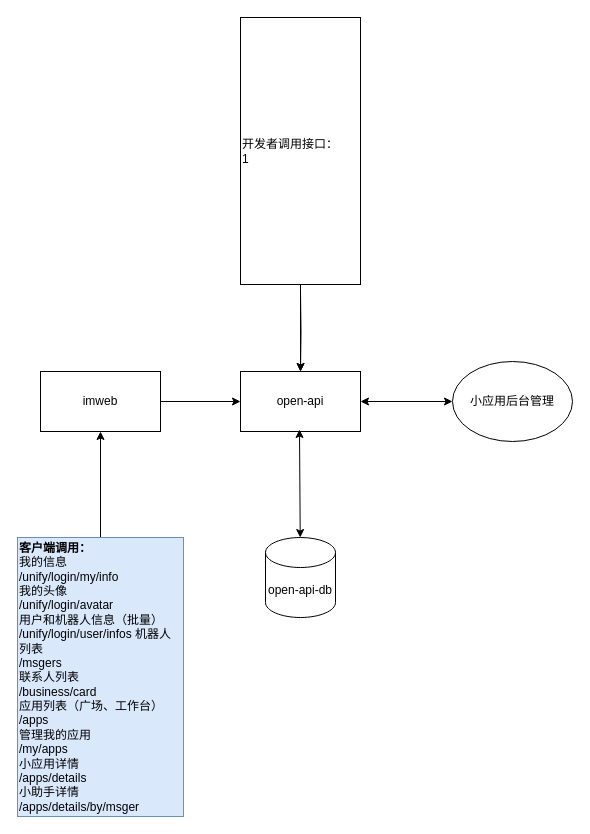
Before: Untitled Diagram.drawio in panhf/tu, a draw.io diagram. Source tidied: cells renumbered, new cells numbered last; positions are measured from the earlier drawing's top-left corner, leaving out a move shared by most shapes. Both pictures are drawn from the tidied source at 100%, with x=0, y=0 at pixel (17, 17).
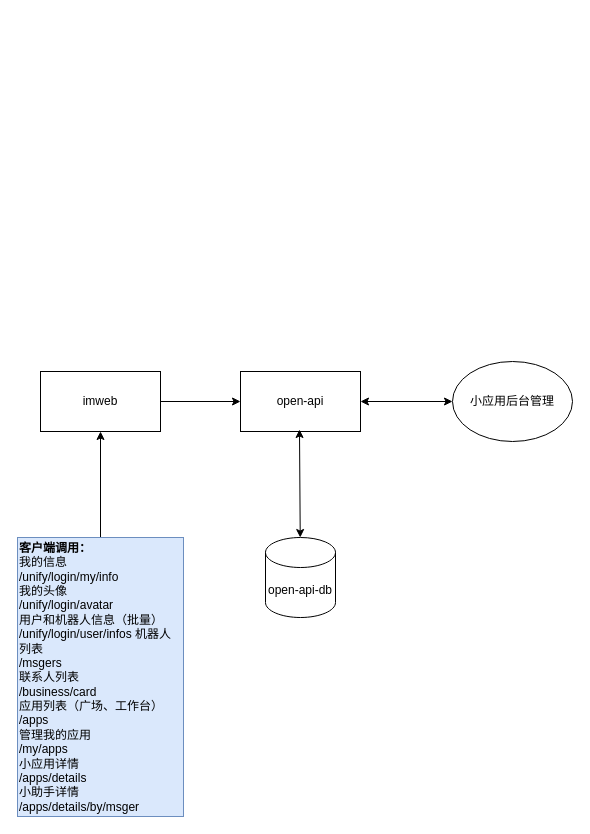
The same diagram, later.

The edit, as a diff of the source:
```diff
@@
 <mxGraphModel>
   <root>
     <mxCell id="0" />
     <mxCell id="1" parent="0" />
     <mxCell id="2" style="edgeStyle=orthogonalEdgeStyle;rounded=0;jettySize=auto;html=1;" parent="1" edge="1" source="3" target="6">
       <mxGeometry relative="1" as="geometry" />
     </mxCell>
     <mxCell id="3" value="imweb" style="rounded=0;whiteSpace=wrap;html=1;" parent="1" vertex="1">
       <mxGeometry x="23" y="354" width="120" height="60" as="geometry" />
     </mxCell>
     <mxCell id="4" style="edgeStyle=orthogonalEdgeStyle;rounded=0;jettySize=auto;html=1;" parent="1" edge="1" source="5" target="3">
       <mxGeometry relative="1" as="geometry" />
     </mxCell>
     <mxCell id="5" value="&lt;b&gt;客户端调用：&lt;/b&gt;&lt;br&gt;&lt;div&gt;&lt;div&gt;我的信息&lt;/div&gt;&lt;div&gt;/unify/login/my/info&lt;/div&gt;&lt;div&gt;我的头像&lt;/div&gt;&lt;div&gt;/unify/login/avatar&lt;/div&gt;&lt;div&gt;用户和机器人信息（批量）&lt;/div&gt;&lt;div&gt;/unify/login/user/infos 机器人列表&lt;/div&gt;&lt;div&gt;/msgers&lt;/div&gt;&lt;div&gt;联系人列表&lt;/div&gt;&lt;div&gt;/business/card&lt;/div&gt;&lt;div&gt;应用列表（广场、工作台）&lt;/div&gt;&lt;div&gt;/apps&lt;/div&gt;&lt;div&gt;管理我的应用&lt;/div&gt;&lt;div&gt;/my/apps&lt;/div&gt;&lt;div&gt;小应用详情&lt;/div&gt;&lt;div&gt;/apps/details&lt;/div&gt;&lt;div&gt;小助手详情&lt;/div&gt;&lt;div&gt;/apps/details/by/msger&lt;/div&gt;&lt;/div&gt;" style="rounded=0;whiteSpace=wrap;html=1;align=left;fillColor=#dae8fc;strokeColor=#6c8ebf;" parent="1" vertex="1">
       <mxGeometry y="520" width="166" height="279" as="geometry" />
     </mxCell>
     <mxCell id="6" value="open-api" style="rounded=0;whiteSpace=wrap;html=1;" parent="1" vertex="1">
       <mxGeometry x="223" y="354" width="120" height="60" as="geometry" />
     </mxCell>
     <mxCell id="7" value="open-api-db" style="shape=cylinder3;whiteSpace=wrap;html=1;boundedLbl=1;backgroundOutline=1;size=15;" parent="1" vertex="1">
       <mxGeometry x="248" y="520" width="70" height="80" as="geometry" />
     </mxCell>
     <mxCell id="8" value="小应用后台管理" style="ellipse;whiteSpace=wrap;html=1;" parent="1" vertex="1">
       <mxGeometry x="435" y="344" width="120" height="80" as="geometry" />
     </mxCell>
     <mxCell id="9" style="endArrow=classic;startArrow=classic;html=1;rounded=0;" parent="1" edge="1" source="7">
       <mxGeometry relative="1" as="geometry">
         <mxPoint x="282" y="412" as="targetPoint" />
       </mxGeometry>
     </mxCell>
     <mxCell id="10" style="endArrow=classic;startArrow=classic;html=1;rounded=0;entryX=0;entryY=0.5;entryDx=0;entryDy=0;" parent="1" edge="1" source="6" target="8">
       <mxGeometry relative="1" as="geometry" />
     </mxCell>
-    <mxCell id="11" style="edgeStyle=orthogonalEdgeStyle;rounded=0;jettySize=auto;html=1;" parent="1" edge="1" target="6">
-      <mxGeometry relative="1" as="geometry">
-        <mxPoint x="283" y="274" as="sourcePoint" />
-      </mxGeometry>
-    </mxCell>
-    <mxCell id="12" style="edgeStyle=orthogonalEdgeStyle;rounded=0;jettySize=auto;html=1;" parent="1" edge="1" source="13" target="6">
-      <mxGeometry relative="1" as="geometry" />
-    </mxCell>
-    <mxCell id="13" value="&lt;span&gt;开发者调用接口：&lt;br&gt;1&lt;br&gt;&lt;/span&gt;" style="rounded=0;whiteSpace=wrap;html=1;align=left;" parent="1" vertex="1">
-      <mxGeometry x="223" width="120" height="267" as="geometry" />
-    </mxCell>
   </root>
 </mxGraphModel>
```
